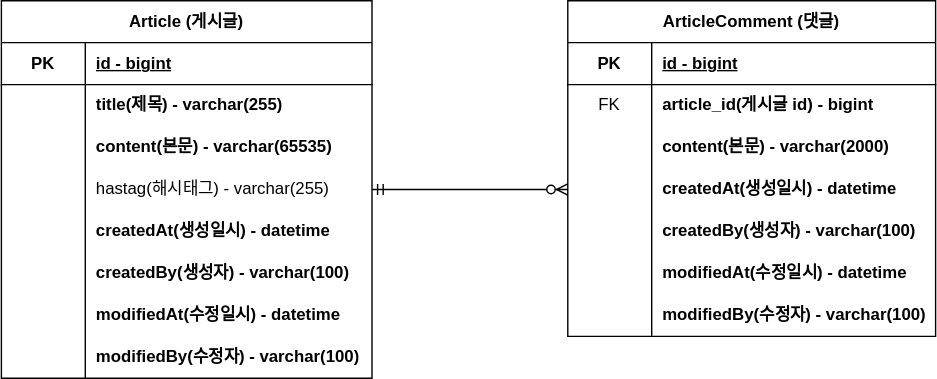
This is document/project-board-erd.svg from sonduzi/fastcampus-project-board, a draw.io export, as it was before one commit. Source tidied: cells renumbered, new cells last; positions are measured from the earlier drawing's top-left corner, leaving out a move shared by most shapes.
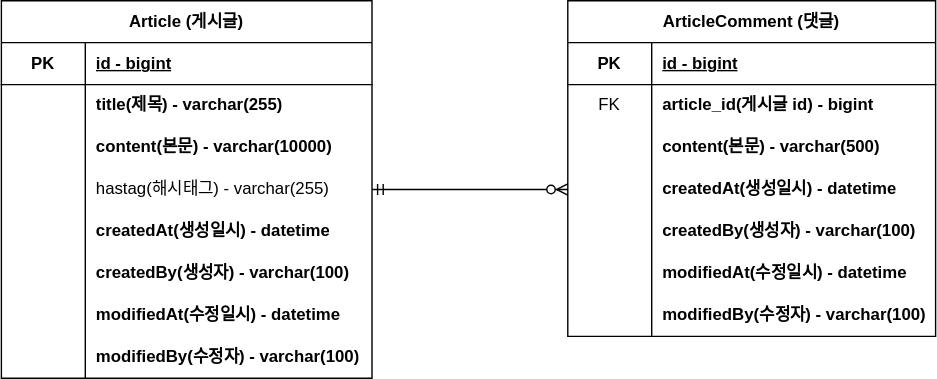
The same file after the commit.

Commit message:
#9 - erd 업데이트 : content 사이즈 변경

The edit, as a diff of the source:
```diff
@@ -29,7 +29,7 @@
     <mxCell id="10" style="shape=partialRectangle;fillColor=none;top=0;left=0;bottom=0;right=0;overflow=hidden;html=1;whiteSpace=wrap;" parent="9" vertex="1">
       <mxGeometry width="60" height="30" as="geometry" />
     </mxCell>
-    <mxCell id="11" value="content(본문) - varchar(65535)" style="shape=partialRectangle;fillColor=none;top=0;left=0;bottom=0;right=0;align=left;spacingLeft=6;overflow=hidden;html=1;whiteSpace=wrap;fontStyle=1;" parent="9" vertex="1">
+    <mxCell id="11" value="content(본문) - varchar(10000)" style="shape=partialRectangle;fillColor=none;top=0;left=0;bottom=0;right=0;align=left;spacingLeft=6;overflow=hidden;html=1;whiteSpace=wrap;fontStyle=1;" parent="9" vertex="1">
       <mxGeometry x="60" width="205" height="30" as="geometry" />
     </mxCell>
     <mxCell id="12" style="shape=tableRow;horizontal=0;startSize=0;swimlaneHead=0;swimlaneBody=0;fillColor=none;points=[[0,0.5],[1,0.5]];portConstraint=eastwest;top=0;left=0;right=0;bottom=0;html=1;" parent="2" vertex="1">
@@ -104,7 +104,7 @@
     <mxCell id="35" style="shape=partialRectangle;fillColor=none;top=0;left=0;bottom=0;right=0;overflow=hidden;html=1;whiteSpace=wrap;" parent="34" vertex="1">
       <mxGeometry width="60" height="30" as="geometry" />
     </mxCell>
-    <mxCell id="36" value="content(본문) - varchar(2000)" style="shape=partialRectangle;fillColor=none;top=0;left=0;bottom=0;right=0;align=left;spacingLeft=6;overflow=hidden;html=1;whiteSpace=wrap;fontStyle=1;" parent="34" vertex="1">
+    <mxCell id="36" value="content(본문) - varchar(500)" style="shape=partialRectangle;fillColor=none;top=0;left=0;bottom=0;right=0;align=left;spacingLeft=6;overflow=hidden;html=1;whiteSpace=wrap;fontStyle=1;" parent="34" vertex="1">
       <mxGeometry x="60" width="203" height="30" as="geometry" />
     </mxCell>
     <mxCell id="37" style="shape=tableRow;horizontal=0;startSize=0;swimlaneHead=0;swimlaneBody=0;fillColor=none;points=[[0,0.5],[1,0.5]];portConstraint=eastwest;top=0;left=0;right=0;bottom=0;html=1;" parent="27" vertex="1">
```
